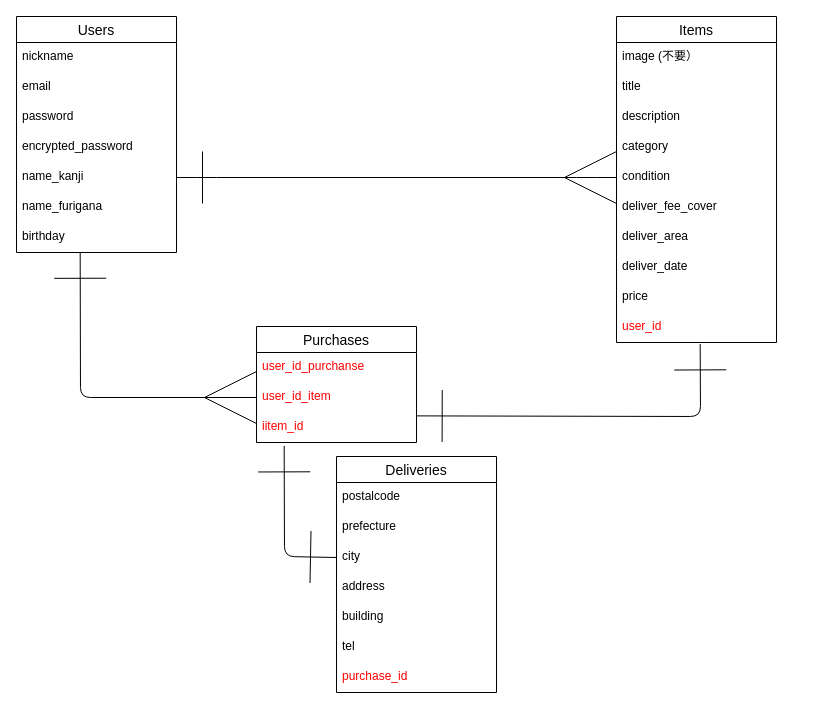
NguyenRyo/furima-37330 keeps this draw.io diagram as ER.dio. Above is the earlier version. Source tidied: cells renumbered, new cells numbered last; positions are measured from the earlier drawing's top-left corner, leaving out a move shared by most shapes. Both pictures are drawn from the tidied source at 100%, with x=0, y=0 at pixel (16, 16).
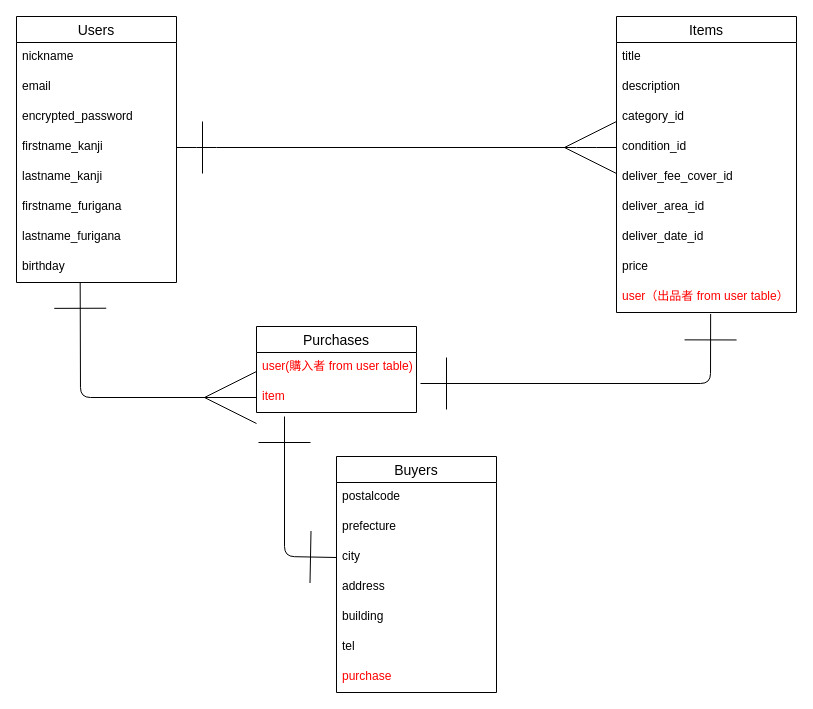
The same page after the edit.

Commit message (it also covers changes not shown here):
#3 データベース設計の訂正

The change refers to these unchanged cells:
```xml
<mxCell id="29" value="city" style="text;strokeColor=none;fillColor=none;spacingLeft=4;spacingRight=4;overflow=hidden;points=[[0,0.5],[1,0.5]];portConstraint=eastwest;fontSize=12;" parent="26" vertex="1">
  <mxGeometry y="86" width="160" height="30" as="geometry" />
</mxCell>
```

Change to the diagram source:
```diff
@@
     <mxCell id="2" value="Users" style="swimlane;fontStyle=0;horizontal=1;startSize=26;align=center;fontSize=14;" parent="1" vertex="1">
-      <mxGeometry width="160" height="236" as="geometry" />
+      <mxGeometry width="160" height="266" as="geometry" />
     </mxCell>
@@
-    <mxCell id="5" value="password" style="text;strokeColor=none;fillColor=none;spacingLeft=4;spacingRight=4;overflow=hidden;fontSize=12;" parent="2" vertex="1">
-      <mxGeometry y="86" width="160" height="30" as="geometry" />
-    </mxCell>
     <mxCell id="6" value="encrypted_password" style="text;strokeColor=none;fillColor=none;spacingLeft=4;spacingRight=4;overflow=hidden;fontSize=12;" parent="2" vertex="1">
-      <mxGeometry y="116" width="160" height="30" as="geometry" />
+      <mxGeometry y="86" width="160" height="30" as="geometry" />
     </mxCell>
-    <mxCell id="7" value="name_kanji" style="text;strokeColor=none;fillColor=none;spacingLeft=4;spacingRight=4;overflow=hidden;points=[[0,0.5],[1,0.5]];portConstraint=eastwest;fontSize=12;" parent="2" vertex="1">
-      <mxGeometry y="146" width="160" height="30" as="geometry" />
+    <mxCell id="7" value="firstname_kanji" style="text;strokeColor=none;fillColor=none;spacingLeft=4;spacingRight=4;overflow=hidden;points=[[0,0.5],[1,0.5]];portConstraint=eastwest;fontSize=12;" parent="2" vertex="1">
+      <mxGeometry y="116" width="160" height="30" as="geometry" />
     </mxCell>
+    <mxCell id="37" value="lastname_kanji" style="text;strokeColor=none;fillColor=none;spacingLeft=4;spacingRight=4;overflow=hidden;fontSize=12;" parent="2" vertex="1">
+      <mxGeometry y="146" width="160" height="30" as="geometry" />
+    </mxCell>
-    <mxCell id="8" value="name_furigana" style="text;strokeColor=none;fillColor=none;spacingLeft=4;spacingRight=4;overflow=hidden;fontSize=12;" parent="2" vertex="1">
+    <mxCell id="8" value="firstname_furigana" style="text;strokeColor=none;fillColor=none;spacingLeft=4;spacingRight=4;overflow=hidden;fontSize=12;" parent="2" vertex="1">
       <mxGeometry y="176" width="160" height="30" as="geometry" />
     </mxCell>
+    <mxCell id="38" value="lastname_furigana" style="text;strokeColor=none;fillColor=none;spacingLeft=4;spacingRight=4;overflow=hidden;fontSize=12;" parent="2" vertex="1">
+      <mxGeometry y="206" width="160" height="30" as="geometry" />
+    </mxCell>
     <mxCell id="9" value="birthday" style="text;strokeColor=none;fillColor=none;spacingLeft=4;spacingRight=4;overflow=hidden;points=[[0,0.5],[1,0.5]];portConstraint=eastwest;fontSize=12;" parent="2" vertex="1">
-      <mxGeometry y="206" width="160" height="30" as="geometry" />
+      <mxGeometry y="236" width="160" height="30" as="geometry" />
     </mxCell>
     <mxCell id="10" value="Items" style="swimlane;fontStyle=0;horizontal=1;startSize=26;align=center;fontSize=14;" parent="1" vertex="1">
-      <mxGeometry x="600" width="160" height="326" as="geometry" />
+      <mxGeometry x="600" width="180" height="296" as="geometry" />
     </mxCell>
-    <mxCell id="11" value="image (不要）" style="text;strokeColor=none;fillColor=none;spacingLeft=4;spacingRight=4;overflow=hidden;fontSize=12;" parent="10" vertex="1">
-      <mxGeometry y="26" width="160" height="30" as="geometry" />
-    </mxCell>
     <mxCell id="12" value="title" style="text;strokeColor=none;fillColor=none;spacingLeft=4;spacingRight=4;overflow=hidden;fontSize=12;" parent="10" vertex="1">
-      <mxGeometry y="56" width="160" height="30" as="geometry" />
+      <mxGeometry y="26" width="180" height="30" as="geometry" />
     </mxCell>
     <mxCell id="13" value="description" style="text;strokeColor=none;fillColor=none;spacingLeft=4;spacingRight=4;overflow=hidden;fontSize=12;" parent="10" vertex="1">
-      <mxGeometry y="86" width="160" height="30" as="geometry" />
+      <mxGeometry y="56" width="180" height="30" as="geometry" />
     </mxCell>
-    <mxCell id="14" value="category" style="text;strokeColor=none;fillColor=none;spacingLeft=4;spacingRight=4;overflow=hidden;fontSize=12;" parent="10" vertex="1">
-      <mxGeometry y="116" width="160" height="30" as="geometry" />
+    <mxCell id="14" value="category_id" style="text;strokeColor=none;fillColor=none;spacingLeft=4;spacingRight=4;overflow=hidden;fontSize=12;" parent="10" vertex="1">
+      <mxGeometry y="86" width="180" height="30" as="geometry" />
     </mxCell>
-    <mxCell id="15" value="condition" style="text;strokeColor=none;fillColor=none;spacingLeft=4;spacingRight=4;overflow=hidden;points=[[0,0.5],[1,0.5]];portConstraint=eastwest;fontSize=12;" parent="10" vertex="1">
-      <mxGeometry y="146" width="160" height="30" as="geometry" />
+    <mxCell id="15" value="condition_id" style="text;strokeColor=none;fillColor=none;spacingLeft=4;spacingRight=4;overflow=hidden;points=[[0,0.5],[1,0.5]];portConstraint=eastwest;fontSize=12;" parent="10" vertex="1">
+      <mxGeometry y="116" width="180" height="30" as="geometry" />
     </mxCell>
-    <mxCell id="16" value="deliver_fee_cover" style="text;strokeColor=none;fillColor=none;spacingLeft=4;spacingRight=4;overflow=hidden;fontSize=12;" parent="10" vertex="1">
-      <mxGeometry y="176" width="160" height="30" as="geometry" />
+    <mxCell id="16" value="deliver_fee_cover_id" style="text;strokeColor=none;fillColor=none;spacingLeft=4;spacingRight=4;overflow=hidden;fontSize=12;" parent="10" vertex="1">
+      <mxGeometry y="146" width="180" height="30" as="geometry" />
     </mxCell>
-    <mxCell id="17" value="deliver_area" style="text;strokeColor=none;fillColor=none;spacingLeft=4;spacingRight=4;overflow=hidden;fontSize=12;" parent="10" vertex="1">
-      <mxGeometry y="206" width="160" height="30" as="geometry" />
+    <mxCell id="17" value="deliver_area_id" style="text;strokeColor=none;fillColor=none;spacingLeft=4;spacingRight=4;overflow=hidden;fontSize=12;" parent="10" vertex="1">
+      <mxGeometry y="176" width="180" height="30" as="geometry" />
     </mxCell>
-    <mxCell id="18" value="deliver_date" style="text;strokeColor=none;fillColor=none;spacingLeft=4;spacingRight=4;overflow=hidden;fontSize=12;" parent="10" vertex="1">
-      <mxGeometry y="236" width="160" height="30" as="geometry" />
+    <mxCell id="18" value="deliver_date_id" style="text;strokeColor=none;fillColor=none;spacingLeft=4;spacingRight=4;overflow=hidden;fontSize=12;" parent="10" vertex="1">
+      <mxGeometry y="206" width="180" height="30" as="geometry" />
     </mxCell>
     <mxCell id="19" value="price" style="text;strokeColor=none;fillColor=none;spacingLeft=4;spacingRight=4;overflow=hidden;fontSize=12;" parent="10" vertex="1">
-      <mxGeometry y="266" width="160" height="30" as="geometry" />
+      <mxGeometry y="236" width="180" height="30" as="geometry" />
     </mxCell>
-    <mxCell id="20" value="user_id" style="text;strokeColor=none;fillColor=none;spacingLeft=4;spacingRight=4;overflow=hidden;points=[[0,0.5],[1,0.5]];portConstraint=eastwest;fontSize=12;fontColor=#FF0000;" parent="10" vertex="1">
-      <mxGeometry y="296" width="160" height="30" as="geometry" />
+    <mxCell id="20" value="user（出品者 from user table）" style="text;strokeColor=none;fillColor=none;spacingLeft=4;spacingRight=4;overflow=hidden;points=[[0,0.5],[1,0.5]];portConstraint=eastwest;fontSize=12;fontColor=#FF0000;" parent="10" vertex="1">
+      <mxGeometry y="266" width="180" height="30" as="geometry" />
     </mxCell>
-    <mxCell id="21" style="edgeStyle=none;html=1;exitX=0;exitY=0.5;exitDx=0;exitDy=0;fontColor=#FF0000;startArrow=ERmany;startFill=0;endArrow=ERone;endFill=0;startSize=50;endSize=50;sourcePerimeterSpacing=0;targetPerimeterSpacing=0;entryX=0.398;entryY=0.993;entryDx=0;entryDy=0;entryPerimeter=0;" parent="1" edge="1" source="24" target="9">
+    <mxCell id="21" style="edgeStyle=none;html=1;exitX=0;exitY=0.5;exitDx=0;exitDy=0;fontColor=#FF0000;startArrow=ERmany;startFill=0;endArrow=ERone;endFill=0;startSize=50;endSize=50;sourcePerimeterSpacing=0;targetPerimeterSpacing=0;entryX=0.398;entryY=0.993;entryDx=0;entryDy=0;entryPerimeter=0;" parent="1" edge="1" target="9">
       <mxGeometry relative="1" as="geometry">
+        <mxPoint x="240" y="381" as="sourcePoint" />
         <Array as="points">
           <mxPoint x="64" y="381" />
         </Array>
       </mxGeometry>
     </mxCell>
     <mxCell id="22" value="Purchases" style="swimlane;fontStyle=0;horizontal=1;startSize=26;align=center;fontSize=14;" parent="1" vertex="1">
-      <mxGeometry x="240" y="310" width="160" height="116" as="geometry" />
+      <mxGeometry x="240" y="310" width="160" height="86" as="geometry" />
     </mxCell>
-    <mxCell id="23" value="user_id_purchanse" style="text;strokeColor=none;fillColor=none;spacingLeft=4;spacingRight=4;overflow=hidden;fontSize=12;fontColor=#FF0000;" parent="22" vertex="1">
-      <mxGeometry y="26" width="160" height="30" as="geometry" />
-    </mxCell>
-    <mxCell id="24" value="user_id_item" style="text;strokeColor=none;fillColor=none;spacingLeft=4;spacingRight=4;overflow=hidden;points=[[0,0.5],[1,0.5]];portConstraint=eastwest;fontSize=12;fontColor=#FF0000;" parent="22" vertex="1">
-      <mxGeometry y="56" width="160" height="30" as="geometry" />
-    </mxCell>
-    <mxCell id="25" value="iitem_id" style="text;strokeColor=none;fillColor=none;spacingLeft=4;spacingRight=4;overflow=hidden;points=[[0,0.5],[1,0.5]];portConstraint=eastwest;fontSize=12;fontColor=#FF0000;" parent="22" vertex="1">
-      <mxGeometry y="86" width="160" height="30" as="geometry" />
-    </mxCell>
+    <mxCell id="39" value="user(購入者 from user table)" style="text;strokeColor=none;fillColor=none;spacingLeft=4;spacingRight=4;overflow=hidden;fontSize=12;fontColor=#FF0000;" parent="22" vertex="1">
+      <mxGeometry y="26" width="160" height="30" as="geometry" />
+    </mxCell>
+    <mxCell id="40" value="item" style="text;strokeColor=none;fillColor=none;spacingLeft=4;spacingRight=4;overflow=hidden;fontSize=12;fontColor=#FF0000;" parent="22" vertex="1">
+      <mxGeometry y="56" width="160" height="30" as="geometry" />
+    </mxCell>
-    <mxCell id="26" value="Deliveries" style="swimlane;fontStyle=0;horizontal=1;startSize=26;align=center;fontSize=14;" parent="1" vertex="1">
+    <mxCell id="26" value="Buyers" style="swimlane;fontStyle=0;horizontal=1;startSize=26;align=center;fontSize=14;" parent="1" vertex="1">
       <mxGeometry x="320" y="440" width="160" height="236" as="geometry" />
     </mxCell>
@@
-    <mxCell id="33" value="purchase_id" style="text;strokeColor=none;fillColor=none;spacingLeft=4;spacingRight=4;overflow=hidden;fontSize=12;fontColor=#FF0000;" parent="26" vertex="1">
+    <mxCell id="33" value="purchase" style="text;strokeColor=none;fillColor=none;spacingLeft=4;spacingRight=4;overflow=hidden;fontSize=12;fontColor=#FF0000;" parent="26" vertex="1">
       <mxGeometry y="206" width="160" height="30" as="geometry" />
     </mxCell>
@@
-    <mxCell id="35" style="edgeStyle=none;html=1;entryX=0;entryY=0.5;entryDx=0;entryDy=0;fontColor=#FF0000;startArrow=ERone;startFill=0;endArrow=ERone;endFill=0;startSize=50;endSize=50;sourcePerimeterSpacing=0;targetPerimeterSpacing=0;exitX=0.173;exitY=1.113;exitDx=0;exitDy=0;exitPerimeter=0;" parent="1" edge="1" source="25" target="29">
+    <mxCell id="35" style="edgeStyle=none;html=1;entryX=0;entryY=0.5;entryDx=0;entryDy=0;fontColor=#FF0000;startArrow=ERone;startFill=0;endArrow=ERone;endFill=0;startSize=50;endSize=50;sourcePerimeterSpacing=0;targetPerimeterSpacing=0;" parent="1" edge="1" target="29">
       <mxGeometry relative="1" as="geometry">
+        <mxPoint x="268" y="400" as="sourcePoint" />
         <Array as="points">
           <mxPoint x="268" y="540" />
         </Array>
       </mxGeometry>
     </mxCell>
-    <mxCell id="36" style="edgeStyle=none;html=1;exitX=0.998;exitY=0.113;exitDx=0;exitDy=0;entryX=0.523;entryY=1.047;entryDx=0;entryDy=0;entryPerimeter=0;fontColor=#FF0000;startArrow=ERone;startFill=0;endArrow=ERone;endFill=0;startSize=50;endSize=50;sourcePerimeterSpacing=0;targetPerimeterSpacing=0;exitPerimeter=0;" parent="1" edge="1" source="25" target="20">
+    <mxCell id="36" style="edgeStyle=none;html=1;exitX=1.025;exitY=1.033;exitDx=0;exitDy=0;entryX=0.523;entryY=1.047;entryDx=0;entryDy=0;entryPerimeter=0;fontColor=#FF0000;startArrow=ERone;startFill=0;endArrow=ERone;endFill=0;startSize=50;endSize=50;sourcePerimeterSpacing=0;targetPerimeterSpacing=0;exitPerimeter=0;" parent="1" edge="1" target="20">
       <mxGeometry relative="1" as="geometry">
+        <mxPoint x="404" y="367" as="sourcePoint" />
         <Array as="points">
-          <mxPoint x="684" y="400" />
+          <mxPoint x="694" y="367" />
         </Array>
       </mxGeometry>
     </mxCell>
```
